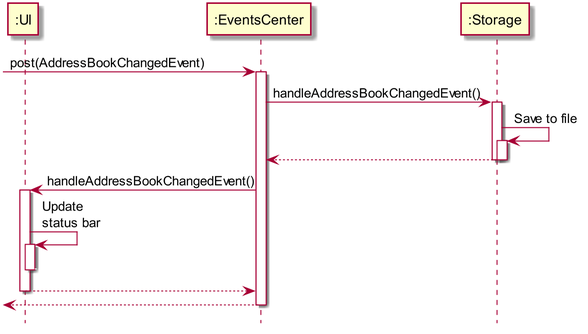
The PlantUML diagram images/SDforDeletePersonEventHandling.png in CS2103JAN2018-F09-B3/addressbook-level4, before a commit.
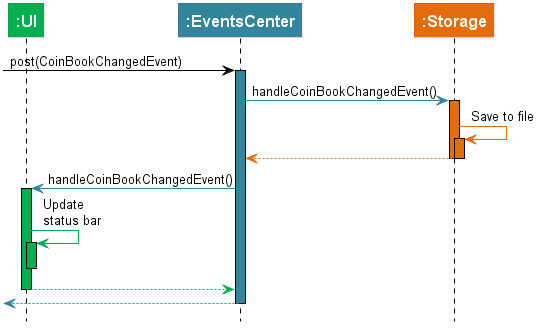
After the change.

The edit, as a diff of the source:
```diff
@@ -1,31 +1,41 @@
 @startuml
-skinparam dpi 200
 
+skinparam shadowing false
+skinparam sequence {
+  ActorBackgroundColor #DDDDDD
+  ActorBorderColor black
+  ParticipantFontColor white
+  ParticipantFontSize 16
+  ParticipantFontStyle bold
+  ParticipantBorderThickness 0
+  LifeLineBorderColor black
+  defaultFontName Calibri
+}
 
 hide footbox
 
-participant ":UI" as U
-participant ":EventsCenter" as E
-participant ":Storage" as S
+participant ":UI" as U #00B050
+participant ":EventsCenter" as E #31859C
+participant ":Storage" as S #E46C0A
 
-[-> E : post(AddressBookChangedEvent)
-activate E
-E -> S : handleAddressBookChangedEvent()
-activate S
-S -> S : Save to file
-activate S
-E <-- S
+[-[#000000]> E : post(CoinBookChangedEvent)
+activate E #31859C
+E -[#31859C]> S : handleCoinBookChangedEvent()
+activate S #E46C0A
+S -[#E46C0A]> S : Save to file
+activate S #E46C0A
+E <-[#E46C0A]- S
 deactivate S
 deactivate S
-E -> U : handleAddressBookChangedEvent()
-activate U
-U -> U : Update \nstatus bar
-activate U
+E -[#31859C]> U : handleCoinBookChangedEvent()
+activate U #00B050
+U -[#00B050]> U : Update \nstatus bar
+activate U #00B050
 U x<-[#white]- U
 deactivate U
-E <-- U
+E <-[#00B050]- U
 deactivate U
-[<-- E
+[<-[#31859C]- E
 deactivate E
 
 @enduml
```
